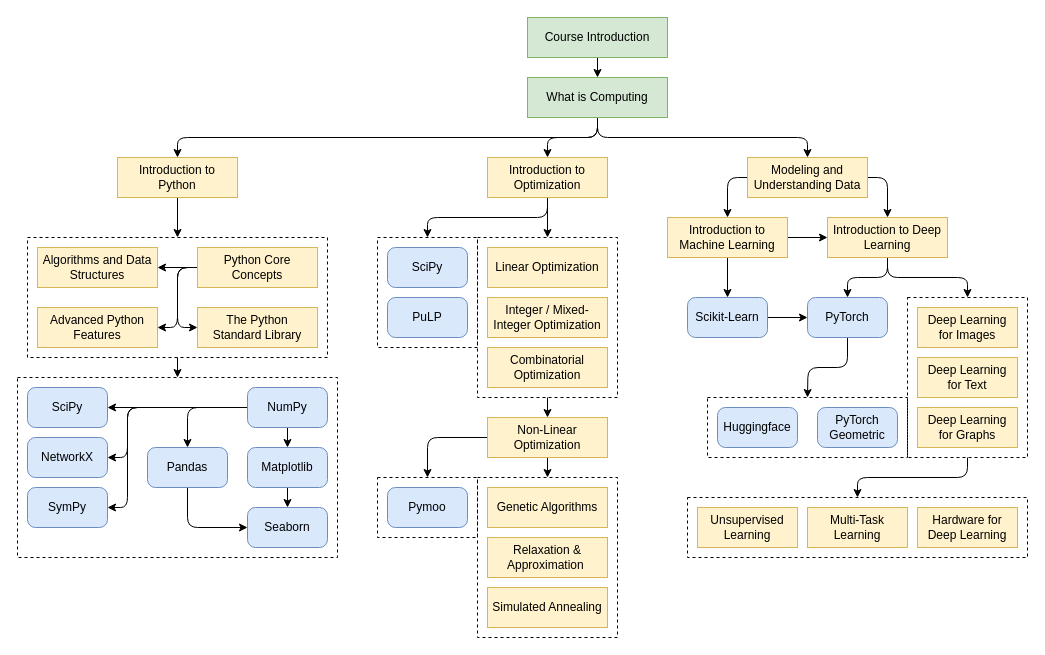
This is curriculum-tree/curriculum_tree.drawio from stefanpie/scientific-computing-2022, a draw.io file, before an edit. Source tidied: cells renumbered, new cells numbered last; positions are measured from the earlier drawing's top-left corner, leaving out a move shared by most shapes. Both pictures are drawn from the tidied source at 100%, with x=0, y=0 at pixel (17, 17).
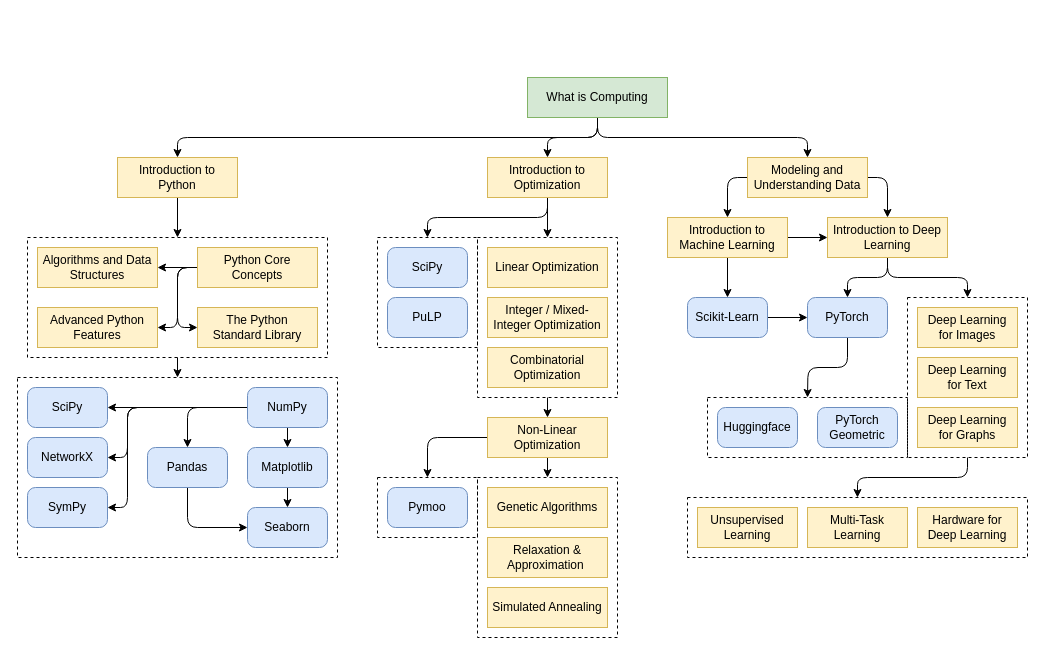
Above is the later version.

Unchanged cells that the change refers to:
```xml
<mxCell id="17" value="What is Computing" style="rounded=0;whiteSpace=wrap;html=1;spacing=5;fillColor=#d5e8d4;strokeColor=#82b366;" parent="1" vertex="1">
  <mxGeometry x="510" y="60" width="140" height="40" as="geometry" />
</mxCell>
```

Change to the diagram source:
```diff
@@
-    <mxCell id="63" style="edgeStyle=orthogonalEdgeStyle;html=1;exitX=0.5;exitY=1;exitDx=0;exitDy=0;entryX=0.5;entryY=0;entryDx=0;entryDy=0;spacing=5;" parent="1" edge="1" source="64" target="17">
-      <mxGeometry relative="1" as="geometry" />
-    </mxCell>
-    <mxCell id="64" value="Course Introduction" style="rounded=0;whiteSpace=wrap;html=1;spacing=5;fillColor=#d5e8d4;strokeColor=#82b366;" parent="1" vertex="1">
-      <mxGeometry x="510" width="140" height="40" as="geometry" />
-    </mxCell>
```
